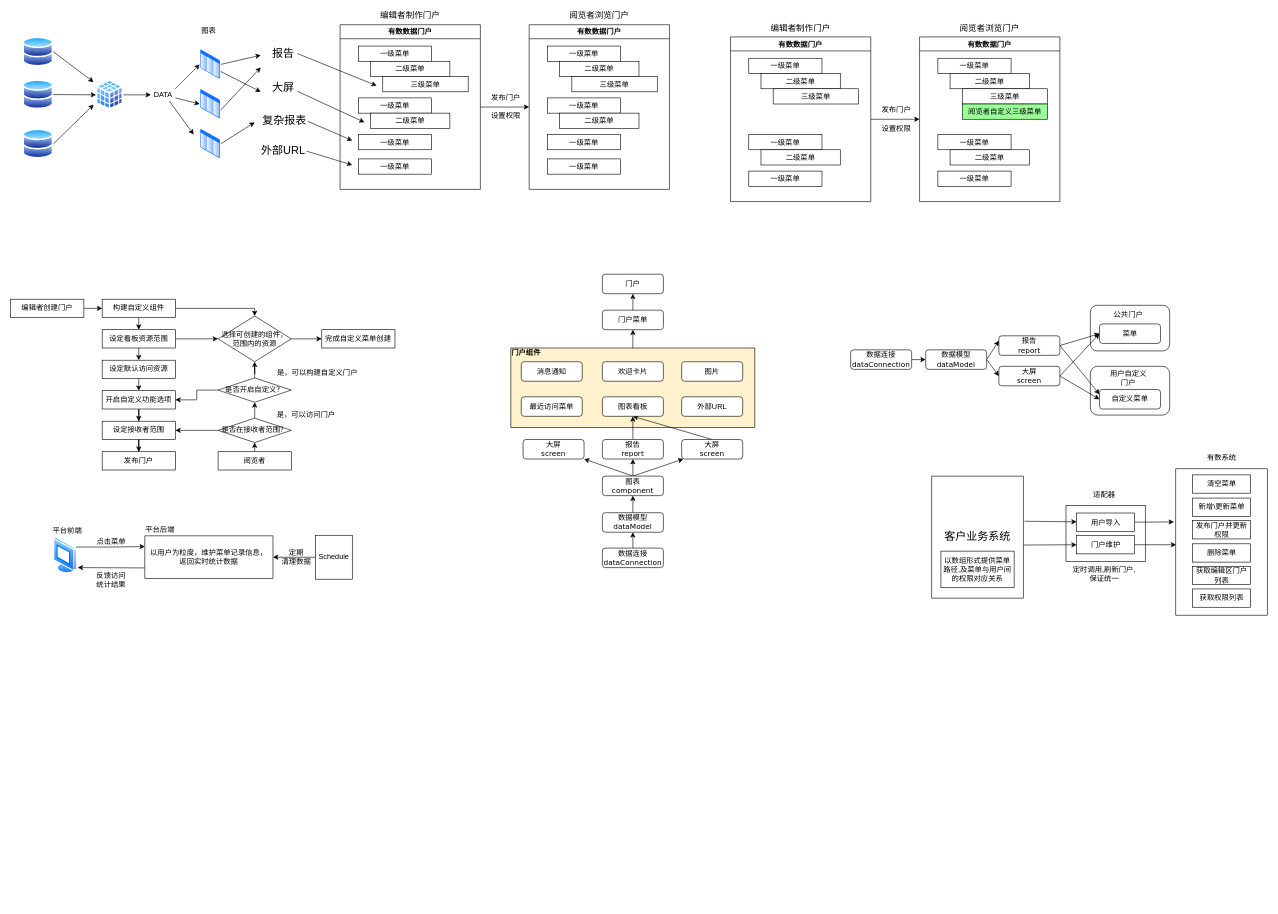
fangminXu/diagramsForJava keeps this draw.io diagram as 有数转正答辩整理.drawio. Above is the earlier version. Source tidied: cells renumbered, new cells numbered last; positions are measured from the earlier drawing's top-left corner, leaving out a move shared by most shapes. Both pictures are drawn from the tidied source at 61%, with x=0, y=0 at pixel (10, 12).
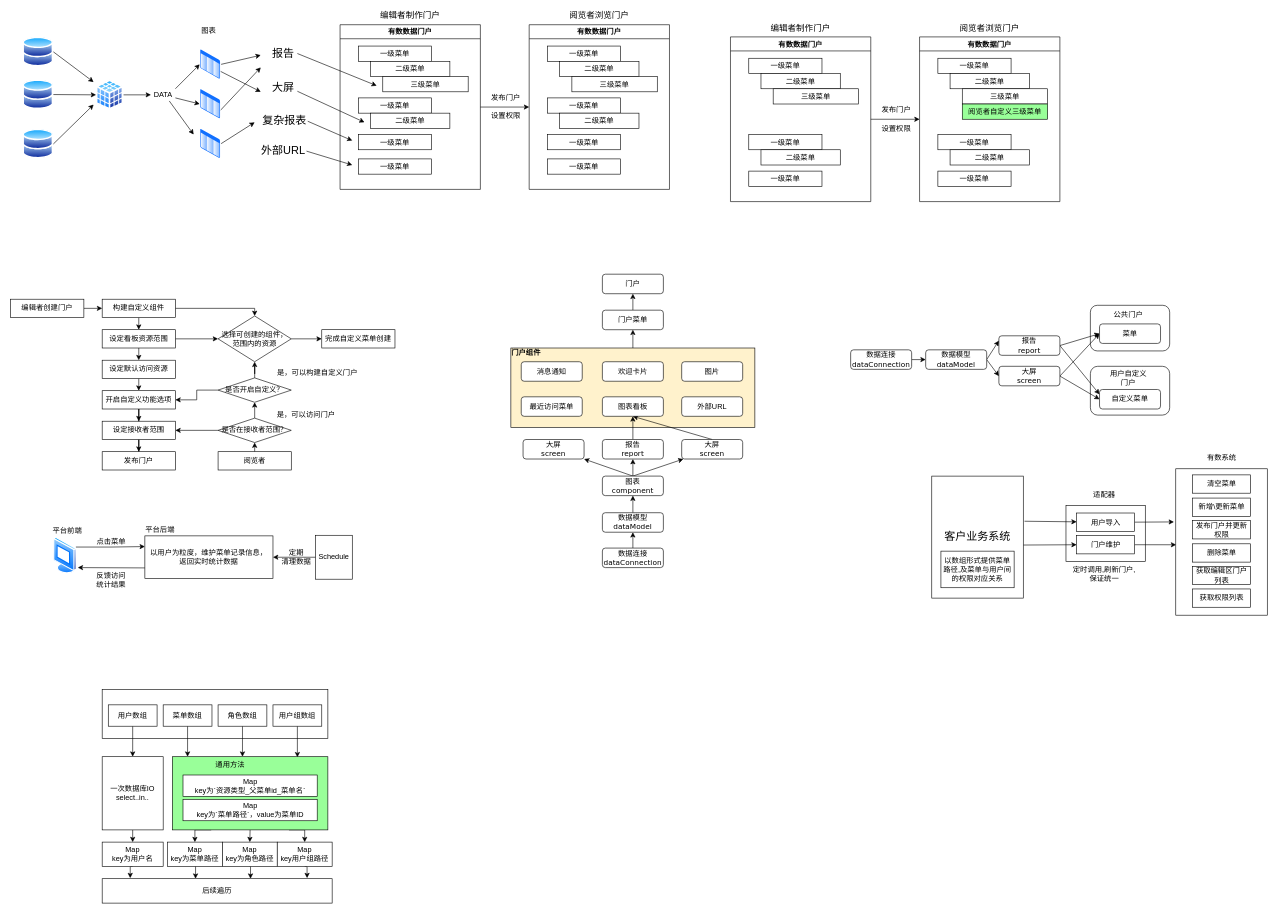
Above is the later version.

Commit message:
更新有数转正答辩整理.drawio

The edit, as a diff of the source:
```diff
@@
+    <mxCell id="171" style="rounded=0;whiteSpace=wrap;html=1;" parent="1" vertex="1">
+      <mxGeometry x="150" y="1110" width="370" height="80" as="geometry" />
+    </mxCell>
+    <mxCell id="172" style="edgeStyle=orthogonalEdgeStyle;rounded=0;jettySize=auto;html=1;exitX=0.5;exitY=1;exitDx=0;exitDy=0;entryX=0.5;entryY=0;entryDx=0;entryDy=0;" parent="1" edge="1" source="173" target="181">
+      <mxGeometry relative="1" as="geometry" />
+    </mxCell>
+    <mxCell id="173" value="用户数组" style="rounded=0;whiteSpace=wrap;html=1;" parent="1" vertex="1">
+      <mxGeometry x="160" y="1135" width="80" height="35" as="geometry" />
+    </mxCell>
+    <mxCell id="174" style="edgeStyle=orthogonalEdgeStyle;rounded=0;jettySize=auto;html=1;exitX=0.5;exitY=1;exitDx=0;exitDy=0;entryX=0.098;entryY=0;entryDx=0;entryDy=0;entryPerimeter=0;" parent="1" edge="1" source="175" target="185">
+      <mxGeometry relative="1" as="geometry" />
+    </mxCell>
+    <mxCell id="175" value="菜单数组" style="rounded=0;whiteSpace=wrap;html=1;" parent="1" vertex="1">
+      <mxGeometry x="250" y="1135" width="80" height="35" as="geometry" />
+    </mxCell>
+    <mxCell id="176" style="edgeStyle=orthogonalEdgeStyle;rounded=0;jettySize=auto;html=1;exitX=0.5;exitY=1;exitDx=0;exitDy=0;entryX=0.451;entryY=0;entryDx=0;entryDy=0;entryPerimeter=0;" parent="1" edge="1" source="177" target="185">
+      <mxGeometry relative="1" as="geometry" />
+    </mxCell>
+    <mxCell id="177" value="角色数组" style="rounded=0;whiteSpace=wrap;html=1;" parent="1" vertex="1">
+      <mxGeometry x="340" y="1135" width="80" height="35" as="geometry" />
+    </mxCell>
+    <mxCell id="178" style="edgeStyle=orthogonalEdgeStyle;rounded=0;jettySize=auto;html=1;exitX=0.5;exitY=1;exitDx=0;exitDy=0;entryX=0.804;entryY=0.008;entryDx=0;entryDy=0;entryPerimeter=0;" parent="1" edge="1" source="179" target="185">
+      <mxGeometry relative="1" as="geometry" />
+    </mxCell>
+    <mxCell id="179" value="用户组数组" style="rounded=0;whiteSpace=wrap;html=1;" parent="1" vertex="1">
+      <mxGeometry x="430" y="1135" width="80" height="35" as="geometry" />
+    </mxCell>
+    <mxCell id="180" style="edgeStyle=orthogonalEdgeStyle;rounded=0;jettySize=auto;html=1;exitX=0.5;exitY=1;exitDx=0;exitDy=0;entryX=0.5;entryY=0;entryDx=0;entryDy=0;" parent="1" edge="1" source="181" target="189">
+      <mxGeometry relative="1" as="geometry" />
+    </mxCell>
+    <mxCell id="181" value="一次数据库IO&lt;br&gt;select..in.." style="rounded=0;whiteSpace=wrap;html=1;" parent="1" vertex="1">
+      <mxGeometry x="150" y="1220" width="100" height="120" as="geometry" />
+    </mxCell>
+    <mxCell id="182" style="edgeStyle=orthogonalEdgeStyle;rounded=0;jettySize=auto;html=1;exitX=0.25;exitY=1;exitDx=0;exitDy=0;entryX=0.5;entryY=0;entryDx=0;entryDy=0;" parent="1" edge="1" source="185" target="192">
+      <mxGeometry relative="1" as="geometry" />
+    </mxCell>
+    <mxCell id="183" style="edgeStyle=orthogonalEdgeStyle;rounded=0;jettySize=auto;html=1;exitX=0.5;exitY=1;exitDx=0;exitDy=0;entryX=0.5;entryY=0;entryDx=0;entryDy=0;" parent="1" edge="1" source="185" target="194">
+      <mxGeometry relative="1" as="geometry" />
+    </mxCell>
+    <mxCell id="184" style="edgeStyle=orthogonalEdgeStyle;rounded=0;jettySize=auto;html=1;exitX=0.75;exitY=1;exitDx=0;exitDy=0;entryX=0.5;entryY=0;entryDx=0;entryDy=0;" parent="1" edge="1" source="185" target="196">
+      <mxGeometry relative="1" as="geometry" />
+    </mxCell>
+    <mxCell id="185" style="rounded=0;whiteSpace=wrap;html=1;fillColor=#99FF99;" parent="1" vertex="1">
+      <mxGeometry x="265" y="1220" width="255" height="120" as="geometry" />
+    </mxCell>
+    <mxCell id="186" value="Map&lt;br&gt;key为`资源类型_父菜单id_菜单名`" style="rounded=0;whiteSpace=wrap;html=1;fillColor=#FFFFFF;" parent="1" vertex="1">
+      <mxGeometry x="282.5" y="1250" width="220" height="35" as="geometry" />
+    </mxCell>
+    <mxCell id="187" value="Map&lt;br&gt;key为`菜单路径`，value为菜单ID" style="rounded=0;whiteSpace=wrap;html=1;fillColor=#FFFFFF;" parent="1" vertex="1">
+      <mxGeometry x="282.5" y="1290" width="220" height="35" as="geometry" />
+    </mxCell>
+    <mxCell id="188" style="edgeStyle=orthogonalEdgeStyle;rounded=0;jettySize=auto;html=1;exitX=0.5;exitY=1;exitDx=0;exitDy=0;entryX=0.122;entryY=-0.025;entryDx=0;entryDy=0;entryPerimeter=0;" parent="1" edge="1" source="189" target="197">
+      <mxGeometry relative="1" as="geometry" />
+    </mxCell>
+    <mxCell id="189" value="Map&lt;br&gt;key为用户名" style="rounded=0;whiteSpace=wrap;html=1;fillColor=#FFFFFF;" parent="1" vertex="1">
+      <mxGeometry x="150" y="1360" width="100" height="40" as="geometry" />
+    </mxCell>
+    <mxCell id="190" value="通用方法" style="text;html=1;strokeColor=none;fillColor=none;align=center;verticalAlign=middle;whiteSpace=wrap;rounded=0;" parent="1" vertex="1">
+      <mxGeometry x="330" y="1224" width="60" height="20" as="geometry" />
+    </mxCell>
+    <mxCell id="191" style="edgeStyle=orthogonalEdgeStyle;rounded=0;jettySize=auto;html=1;exitX=0.5;exitY=1;exitDx=0;exitDy=0;entryX=0.406;entryY=0;entryDx=0;entryDy=0;entryPerimeter=0;" parent="1" edge="1" source="192" target="197">
+      <mxGeometry relative="1" as="geometry" />
+    </mxCell>
+    <mxCell id="192" value="Map&lt;br&gt;key为菜单路径" style="rounded=0;whiteSpace=wrap;html=1;" parent="1" vertex="1">
+      <mxGeometry x="257" y="1360" width="90" height="40" as="geometry" />
+    </mxCell>
+    <mxCell id="193" style="edgeStyle=orthogonalEdgeStyle;rounded=0;jettySize=auto;html=1;exitX=0.5;exitY=1;exitDx=0;exitDy=0;entryX=0.645;entryY=0;entryDx=0;entryDy=0;entryPerimeter=0;" parent="1" edge="1" source="194" target="197">
+      <mxGeometry relative="1" as="geometry" />
+    </mxCell>
+    <mxCell id="194" value="Map&lt;br&gt;key为角色路径" style="rounded=0;whiteSpace=wrap;html=1;" parent="1" vertex="1">
+      <mxGeometry x="347" y="1360" width="90" height="40" as="geometry" />
+    </mxCell>
+    <mxCell id="195" style="edgeStyle=orthogonalEdgeStyle;rounded=0;jettySize=auto;html=1;exitX=0.5;exitY=1;exitDx=0;exitDy=0;entryX=0.891;entryY=-0.025;entryDx=0;entryDy=0;entryPerimeter=0;" parent="1" edge="1" source="196" target="197">
+      <mxGeometry relative="1" as="geometry" />
+    </mxCell>
+    <mxCell id="196" value="Map&lt;br&gt;key用户组路径" style="rounded=0;whiteSpace=wrap;html=1;" parent="1" vertex="1">
+      <mxGeometry x="437" y="1360" width="90" height="40" as="geometry" />
+    </mxCell>
+    <mxCell id="197" value="后续遍历" style="rounded=0;whiteSpace=wrap;html=1;fillColor=#FFFFFF;" parent="1" vertex="1">
+      <mxGeometry x="150" y="1420" width="377" height="40" as="geometry" />
+    </mxCell>
```
